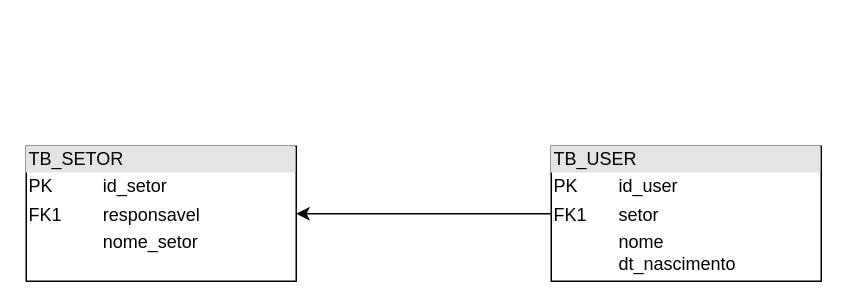
This is Diagrama sem nome.drawio from diniz116/IJBDB, a draw.io file, before an edit. Source tidied: cells renumbered, new cells numbered last; positions are measured from the earlier drawing's top-left corner, leaving out a move shared by most shapes. Both pictures are drawn from the tidied source at 150%, with x=0, y=0 at pixel (26, 146).
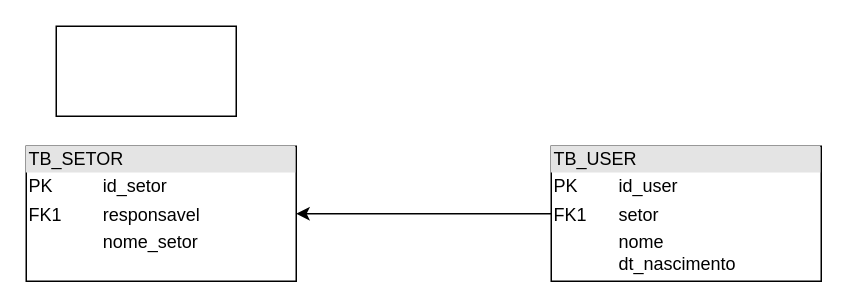
The same page after the edit.

Change to the diagram source:
```diff
@@
 <mxGraphModel>
   <root>
     <mxCell id="0" />
     <mxCell id="1" parent="0" />
     <mxCell id="2" style="edgeStyle=orthogonalEdgeStyle;rounded=0;jettySize=auto;html=1;" parent="1" edge="1" source="3" target="4">
       <mxGeometry relative="1" as="geometry" />
     </mxCell>
     <mxCell id="3" value="&lt;div style=&quot;box-sizing:border-box;width:100%;background:#e4e4e4;padding:2px;&quot;&gt;TB_USER&lt;/div&gt;&lt;table style=&quot;width:100%;font-size:1em;&quot; cellpadding=&quot;2&quot; cellspacing=&quot;0&quot;&gt;&lt;tbody&gt;&lt;tr&gt;&lt;td&gt;PK&lt;/td&gt;&lt;td&gt;id_user&lt;/td&gt;&lt;/tr&gt;&lt;tr&gt;&lt;td&gt;FK1&lt;/td&gt;&lt;td&gt;setor&lt;/td&gt;&lt;/tr&gt;&lt;tr&gt;&lt;td&gt;&lt;/td&gt;&lt;td&gt;nome&lt;br&gt;dt_nascimento&lt;/td&gt;&lt;/tr&gt;&lt;/tbody&gt;&lt;/table&gt;" style="verticalAlign=top;align=left;overflow=fill;html=1;whiteSpace=wrap;" parent="1" vertex="1">
       <mxGeometry x="350" width="180" height="90" as="geometry" />
     </mxCell>
     <mxCell id="4" value="&lt;div style=&quot;box-sizing:border-box;width:100%;background:#e4e4e4;padding:2px;&quot;&gt;TB_SETOR&lt;/div&gt;&lt;table style=&quot;width:100%;font-size:1em;&quot; cellpadding=&quot;2&quot; cellspacing=&quot;0&quot;&gt;&lt;tbody&gt;&lt;tr&gt;&lt;td&gt;PK&lt;/td&gt;&lt;td&gt;id_setor&lt;/td&gt;&lt;/tr&gt;&lt;tr&gt;&lt;td&gt;FK1&lt;/td&gt;&lt;td&gt;responsavel&lt;/td&gt;&lt;/tr&gt;&lt;tr&gt;&lt;td&gt;&lt;/td&gt;&lt;td&gt;nome_setor&lt;/td&gt;&lt;/tr&gt;&lt;/tbody&gt;&lt;/table&gt;" style="verticalAlign=top;align=left;overflow=fill;html=1;whiteSpace=wrap;" parent="1" vertex="1">
       <mxGeometry width="180" height="90" as="geometry" />
     </mxCell>
+    <mxCell id="5" style="rounded=0;whiteSpace=wrap;html=1;" parent="1" vertex="1">
+      <mxGeometry x="20" y="-80" width="120" height="60" as="geometry" />
+    </mxCell>
   </root>
 </mxGraphModel>
```
